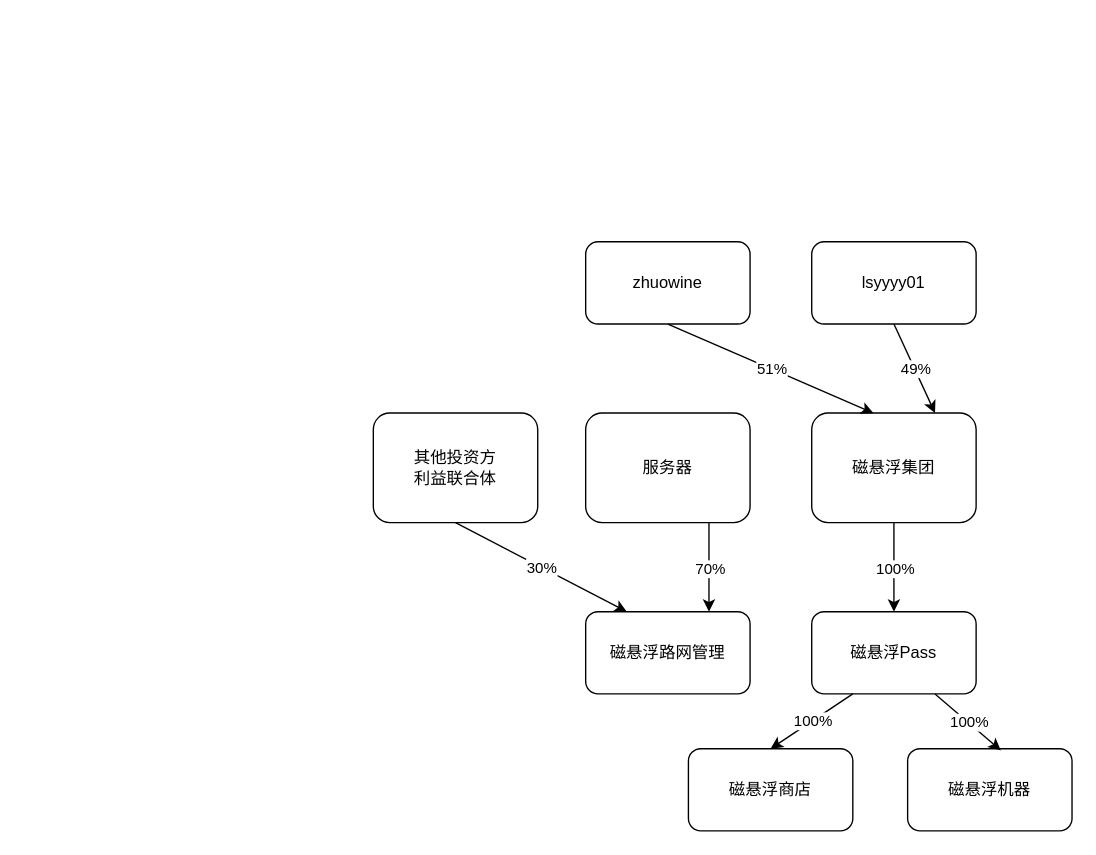
Earlier version of the draw.io diagram HelloMC磁悬浮集团股权结构图.drawio (lsyyyy11/draw.io-files-friendly-pancake). Source tidied: cells renumbered, new cells numbered last; positions are measured from the earlier drawing's top-left corner, leaving out a move shared by most shapes. Both pictures are drawn from the tidied source at 137%, with x=0, y=0 at pixel (373, 241).
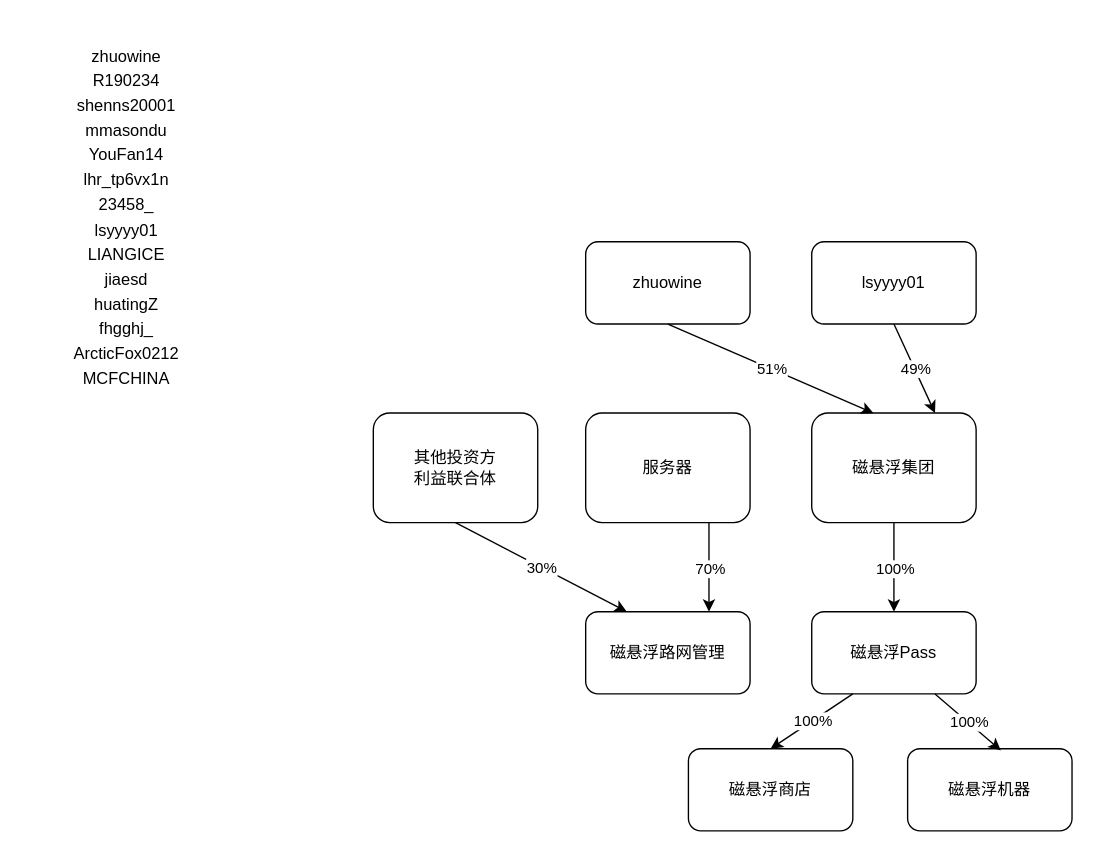
The same diagram, later.

Commit message:
更新HelloMC磁悬浮集团股权结构图.drawio

Change to the diagram source:
```diff
@@
+    <mxCell id="25" value="&lt;br&gt;&lt;table style=&quot;border-collapse:&amp;lt;br/&amp;gt; collapse;width:113pt&quot; width=&quot;150&quot; cellspacing=&quot;0&quot; cellpadding=&quot;0&quot; border=&quot;0&quot;&gt; &lt;colgroup&gt;&lt;col style=&quot;mso-width-source:userset;mso-width-alt:5120;width:113pt&quot; width=&quot;150&quot;&gt;&lt;/colgroup&gt; &lt;tbody&gt;&lt;tr style=&quot;mso-height-source:userset;height:13.6pt&quot; height=&quot;18&quot;&gt;  &lt;td style=&quot;height:13.6pt;width:113pt&quot; width=&quot;150&quot; class=&quot;xl63&quot; height=&quot;18&quot;&gt;zhuowine&lt;/td&gt; &lt;/tr&gt; &lt;tr style=&quot;mso-height-source:userset;height:13.6pt&quot; height=&quot;18&quot;&gt;  &lt;td style=&quot;height:13.6pt;border-top:none&quot; class=&quot;xl64&quot; height=&quot;18&quot;&gt;R190234&lt;/td&gt; &lt;/tr&gt; &lt;tr style=&quot;mso-height-source:userset;height:13.6pt&quot; height=&quot;18&quot;&gt;  &lt;td style=&quot;height:13.6pt;border-top:none&quot; class=&quot;xl63&quot; height=&quot;18&quot;&gt;shenns20001&lt;/td&gt; &lt;/tr&gt; &lt;tr style=&quot;mso-height-source:userset;height:13.6pt&quot; height=&quot;18&quot;&gt;  &lt;td style=&quot;height:13.6pt;border-top:none&quot; class=&quot;xl64&quot; height=&quot;18&quot;&gt;mmasondu&lt;/td&gt; &lt;/tr&gt; &lt;tr style=&quot;mso-height-source:userset;height:13.6pt&quot; height=&quot;18&quot;&gt;  &lt;td style=&quot;height:13.6pt;border-top:none&quot; class=&quot;xl64&quot; height=&quot;18&quot;&gt;YouFan14&lt;/td&gt; &lt;/tr&gt; &lt;tr style=&quot;mso-height-source:userset;height:13.6pt&quot; height=&quot;18&quot;&gt;  &lt;td style=&quot;height:13.6pt;border-top:none&quot; class=&quot;xl63&quot; height=&quot;18&quot;&gt;lhr_tp6vx1n&lt;/td&gt; &lt;/tr&gt; &lt;tr style=&quot;mso-height-source:userset;height:13.6pt&quot; height=&quot;18&quot;&gt;  &lt;td style=&quot;height:13.6pt;border-top:none&quot; class=&quot;xl64&quot; height=&quot;18&quot;&gt;23458_&lt;/td&gt; &lt;/tr&gt; &lt;tr style=&quot;mso-height-source:userset;height:13.6pt&quot; height=&quot;18&quot;&gt;  &lt;td style=&quot;height:13.6pt;border-top:none&quot; class=&quot;xl63&quot; height=&quot;18&quot;&gt;lsyyyy01&lt;/td&gt; &lt;/tr&gt; &lt;tr style=&quot;mso-height-source:userset;height:13.6pt&quot; height=&quot;18&quot;&gt;  &lt;td style=&quot;height:13.6pt;border-top:none&quot; class=&quot;xl64&quot; height=&quot;18&quot;&gt;LIANGICE&lt;/td&gt; &lt;/tr&gt; &lt;tr style=&quot;mso-height-source:userset;height:13.6pt&quot; height=&quot;18&quot;&gt;  &lt;td style=&quot;height:13.6pt;border-top:none&quot; class=&quot;xl64&quot; height=&quot;18&quot;&gt;jiaesd&lt;/td&gt; &lt;/tr&gt; &lt;tr style=&quot;mso-height-source:userset;height:13.6pt&quot; height=&quot;18&quot;&gt;  &lt;td style=&quot;height:13.6pt;border-top:none&quot; class=&quot;xl63&quot; height=&quot;18&quot;&gt;huatingZ&lt;/td&gt; &lt;/tr&gt; &lt;tr style=&quot;mso-height-source:userset;height:13.6pt&quot; height=&quot;18&quot;&gt;  &lt;td style=&quot;height:13.6pt;border-top:none&quot; class=&quot;xl64&quot; height=&quot;18&quot;&gt;fhgghj_&lt;/td&gt; &lt;/tr&gt; &lt;tr style=&quot;mso-height-source:userset;height:13.6pt&quot; height=&quot;18&quot;&gt;  &lt;td style=&quot;height:13.6pt;border-top:none&quot; class=&quot;xl63&quot; height=&quot;18&quot;&gt;ArcticFox0212&lt;/td&gt; &lt;/tr&gt; &lt;tr style=&quot;mso-height-source:userset;height:13.6pt&quot; height=&quot;18&quot;&gt;  &lt;td style=&quot;height:13.6pt;border-top:none&quot; class=&quot;xl64&quot; height=&quot;18&quot;&gt;MCFCHINA&lt;/td&gt; &lt;/tr&gt;&lt;/tbody&gt;&lt;/table&gt;" style="text;html=1;align=center;verticalAlign=middle;whiteSpace=wrap;rounded=0;" parent="1" vertex="1">
+      <mxGeometry x="-210" y="-40" width="60" height="30" as="geometry" />
+    </mxCell>
```
